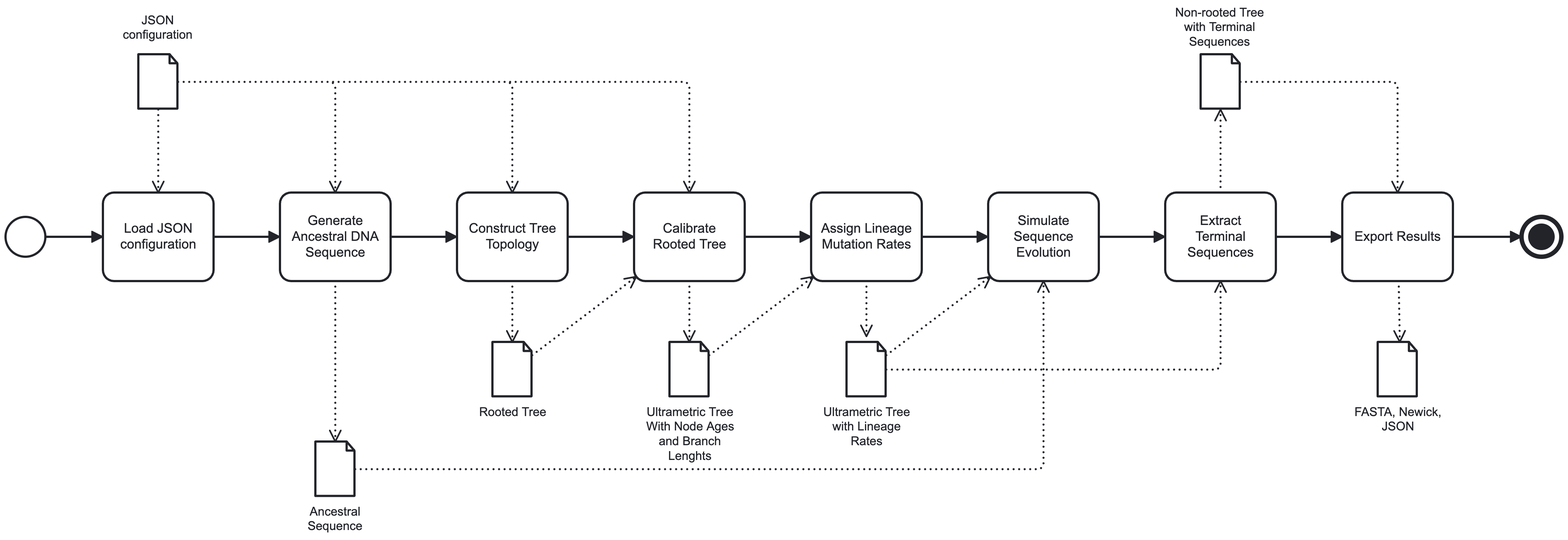
davewalker5/MolecularClockSimulation keeps this BPMN diagram as diagrams/relaxed-clock-workflow.png. Above is the earlier version. Its source is kept beside it as diagrams/relaxed-clock-workflow.bpmn. Ids are renumbered.
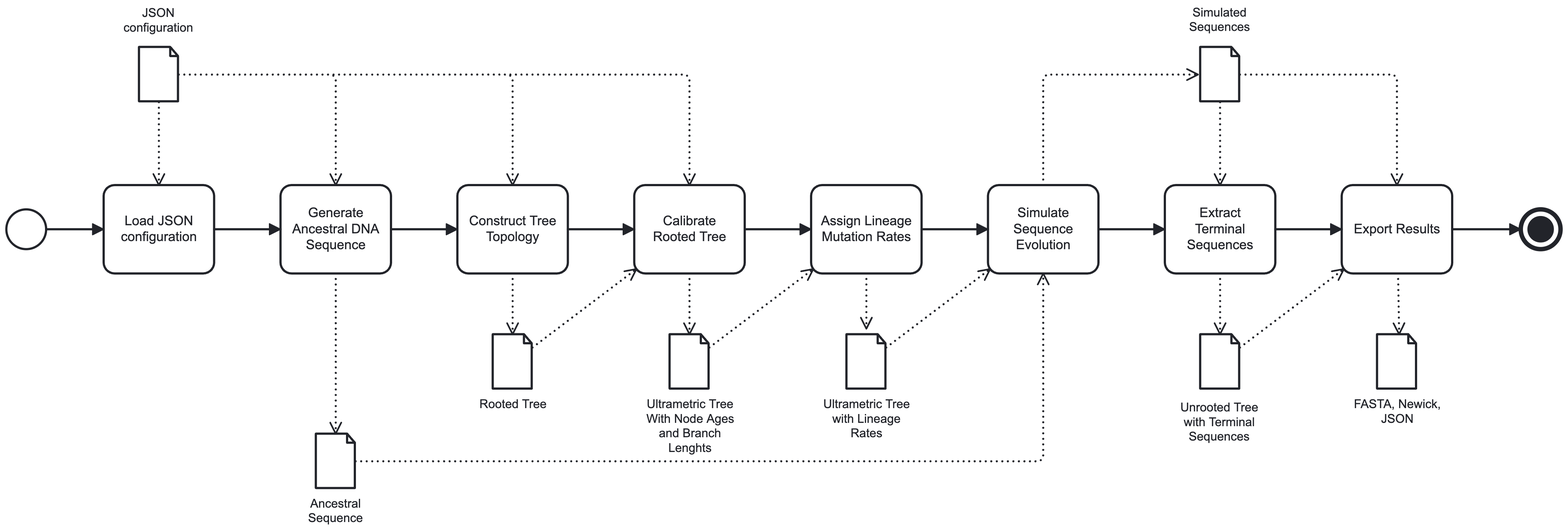
The same file after the commit.

Commit message:
Fixup incorrect data flow in workflow diagrams

What changed in the source:
```diff
@@ -72,14 +72,17 @@
         <bpmn:sourceRef>DataObjectReference_n36</bpmn:sourceRef>
         <bpmn:targetRef>Property_n33</bpmn:targetRef>
       </bpmn:dataInputAssociation>
+      <bpmn:dataOutputAssociation id="DataOutputAssociation_n60">
+        <bpmn:targetRef>DataObjectReference_n61</bpmn:targetRef>
+      </bpmn:dataOutputAssociation>
     </bpmn:task>
     <bpmn:task id="Activity_n37" name="Extract Terminal Sequences">
       <bpmn:incoming>Flow_n32</bpmn:incoming>
       <bpmn:outgoing>Flow_n38</bpmn:outgoing>
-      <bpmn:property id="Property_n39" name="__targetRef_placeholder" />
-      <bpmn:dataInputAssociation id="DataInputAssociation_n40">
-        <bpmn:sourceRef>DataObjectReference_n36</bpmn:sourceRef>
-        <bpmn:targetRef>Property_n39</bpmn:targetRef>
+      <bpmn:property id="Property_n62" name="__targetRef_placeholder" />
+      <bpmn:dataInputAssociation id="DataInputAssociation_n63">
+        <bpmn:sourceRef>DataObjectReference_n61</bpmn:sourceRef>
+        <bpmn:targetRef>Property_n62</bpmn:targetRef>
       </bpmn:dataInputAssociation>
       <bpmn:dataOutputAssociation id="DataOutputAssociation_n41">
         <bpmn:targetRef>DataObjectReference_n42</bpmn:targetRef>
@@ -94,7 +97,11 @@
       <bpmn:incoming>Flow_n38</bpmn:incoming>
       <bpmn:outgoing>Flow_n46</bpmn:outgoing>
       <bpmn:property id="Property_n47" name="__targetRef_placeholder" />
-      <bpmn:dataInputAssociation id="DataInputAssociation_n48">
+      <bpmn:dataInputAssociation id="DataInputAssociation_n64">
+        <bpmn:sourceRef>DataObjectReference_n61</bpmn:sourceRef>
+        <bpmn:targetRef>Property_n47</bpmn:targetRef>
+      </bpmn:dataInputAssociation>
+      <bpmn:dataInputAssociation id="DataInputAssociation_n65">
         <bpmn:sourceRef>DataObjectReference_n42</bpmn:sourceRef>
         <bpmn:targetRef>Property_n47</bpmn:targetRef>
       </bpmn:dataInputAssociation>
@@ -108,7 +115,7 @@
       <bpmn:incoming>Flow_n46</bpmn:incoming>
       <bpmn:terminateEventDefinition id="TerminateEventDefinition_n52" />
     </bpmn:endEvent>
-    <bpmn:dataObjectReference id="DataObjectReference_n42" name="Non-rooted Tree with Terminal Sequences" dataObjectRef="DataObject_n53" />
+    <bpmn:dataObjectReference id="DataObjectReference_n42" name="Unrooted Tree with Terminal Sequences" dataObjectRef="DataObject_n53" />
     <bpmn:dataObject id="DataObject_n53" />
     <bpmn:dataObjectReference id="DataObjectReference_n50" name="FASTA, Newick, JSON" dataObjectRef="DataObject_n54" />
     <bpmn:dataObject id="DataObject_n54" />
@@ -128,6 +135,8 @@
     <bpmn:dataObjectReference id="DataObjectReference_n36" name="Ultrametric Tree with Lineage Rates" dataObjectRef="DataObject_n59" />
     <bpmn:dataObject id="DataObject_n59" />
     <bpmn:sequenceFlow id="Flow_n31" sourceRef="Activity_n55" targetRef="Activity_n30" />
+    <bpmn:dataObjectReference id="DataObjectReference_n61" name="Simulated Sequences" dataObjectRef="DataObject_n66" />
+    <bpmn:dataObject id="DataObject_n66" />
   </bpmn:process>
   <bpmndi:BPMNDiagram id="BPMNDiagram_1">
     <bpmndi:BPMNPlane id="BPMNPlane_1" bpmnElement="Process_n2">
@@ -189,12 +198,6 @@
       <bpmndi:BPMNShape id="Event_06c46p8_di" bpmnElement="Event_n51">
         <dc:Bounds x="1552" y="262" width="36" height="36" />
       </bpmndi:BPMNShape>
-      <bpmndi:BPMNShape id="DataObjectReference_n42_di" bpmnElement="DataObjectReference_n42">
-        <dc:Bounds x="1262" y="115" width="36" height="50" />
-        <bpmndi:BPMNLabel>
-          <dc:Bounds x="1239" y="71" width="81" height="40" />
-        </bpmndi:BPMNLabel>
-      </bpmndi:BPMNShape>
       <bpmndi:BPMNShape id="DataObjectReference_n50_di" bpmnElement="DataObjectReference_n50">
         <dc:Bounds x="1422" y="375" width="36" height="50" />
         <bpmndi:BPMNLabel>
@@ -209,6 +212,18 @@
         <dc:Bounds x="942" y="375" width="36" height="50" />
         <bpmndi:BPMNLabel>
           <dc:Bounds x="921" y="432" width="79" height="40" />
+        </bpmndi:BPMNLabel>
+      </bpmndi:BPMNShape>
+      <bpmndi:BPMNShape id="DataObjectReference_n61_di" bpmnElement="DataObjectReference_n61">
+        <dc:Bounds x="1262" y="115" width="36" height="50" />
+        <bpmndi:BPMNLabel>
+          <dc:Bounds x="1252" y="77.5" width="56" height="27" />
+        </bpmndi:BPMNLabel>
+      </bpmndi:BPMNShape>
+      <bpmndi:BPMNShape id="DataObjectReference_n42_di" bpmnElement="DataObjectReference_n42">
+        <dc:Bounds x="1262" y="375" width="36" height="50" />
+        <bpmndi:BPMNLabel>
+          <dc:Bounds x="1244" y="435" width="71" height="40" />
         </bpmndi:BPMNLabel>
       </bpmndi:BPMNShape>
       <bpmndi:BPMNEdge id="DataInputAssociation_n7_di" bpmnElement="DataInputAssociation_n7">
@@ -271,23 +286,13 @@
         <di:waypoint x="978" y="387" />
         <di:waypoint x="1072" y="316" />
       </bpmndi:BPMNEdge>
-      <bpmndi:BPMNEdge id="DataInputAssociation_n40_di" bpmnElement="DataInputAssociation_n40">
-        <di:waypoint x="978" y="400" />
-        <di:waypoint x="1280" y="400" />
+      <bpmndi:BPMNEdge id="DataOutputAssociation_n41_di" bpmnElement="DataOutputAssociation_n41">
         <di:waypoint x="1280" y="320" />
-      </bpmndi:BPMNEdge>
-      <bpmndi:BPMNEdge id="DataOutputAssociation_n41_di" bpmnElement="DataOutputAssociation_n41">
-        <di:waypoint x="1280" y="240" />
-        <di:waypoint x="1280" y="165" />
+        <di:waypoint x="1280" y="375" />
       </bpmndi:BPMNEdge>
       <bpmndi:BPMNEdge id="Flow_n32_di" bpmnElement="Flow_n32">
         <di:waypoint x="1170" y="280" />
         <di:waypoint x="1230" y="280" />
-      </bpmndi:BPMNEdge>
-      <bpmndi:BPMNEdge id="DataInputAssociation_n48_di" bpmnElement="DataInputAssociation_n48">
-        <di:waypoint x="1298" y="140" />
-        <di:waypoint x="1440" y="140" />
-        <di:waypoint x="1440" y="240" />
       </bpmndi:BPMNEdge>
       <bpmndi:BPMNEdge id="DataOutputAssociation_n49_di" bpmnElement="DataOutputAssociation_n49">
         <di:waypoint x="1441" y="320" />
@@ -317,6 +322,24 @@
         <di:waypoint x="1010" y="280" />
         <di:waypoint x="1070" y="280" />
       </bpmndi:BPMNEdge>
+      <bpmndi:BPMNEdge id="DataOutputAssociation_n60_di" bpmnElement="DataOutputAssociation_n60">
+        <di:waypoint x="1120" y="240" />
+        <di:waypoint x="1120" y="140" />
+        <di:waypoint x="1260" y="140" />
+      </bpmndi:BPMNEdge>
+      <bpmndi:BPMNEdge id="DataInputAssociation_n64_di" bpmnElement="DataInputAssociation_n64">
+        <di:waypoint x="1298" y="140" />
+        <di:waypoint x="1440" y="140" />
+        <di:waypoint x="1440" y="240" />
+      </bpmndi:BPMNEdge>
+      <bpmndi:BPMNEdge id="DataInputAssociation_n63_di" bpmnElement="DataInputAssociation_n63">
+        <di:waypoint x="1280" y="165" />
+        <di:waypoint x="1280" y="240" />
+      </bpmndi:BPMNEdge>
+      <bpmndi:BPMNEdge id="DataInputAssociation_n65_di" bpmnElement="DataInputAssociation_n65">
+        <di:waypoint x="1298" y="387" />
+        <di:waypoint x="1392" y="316" />
+      </bpmndi:BPMNEdge>
     </bpmndi:BPMNPlane>
   </bpmndi:BPMNDiagram>
 </bpmn:definitions>
```
